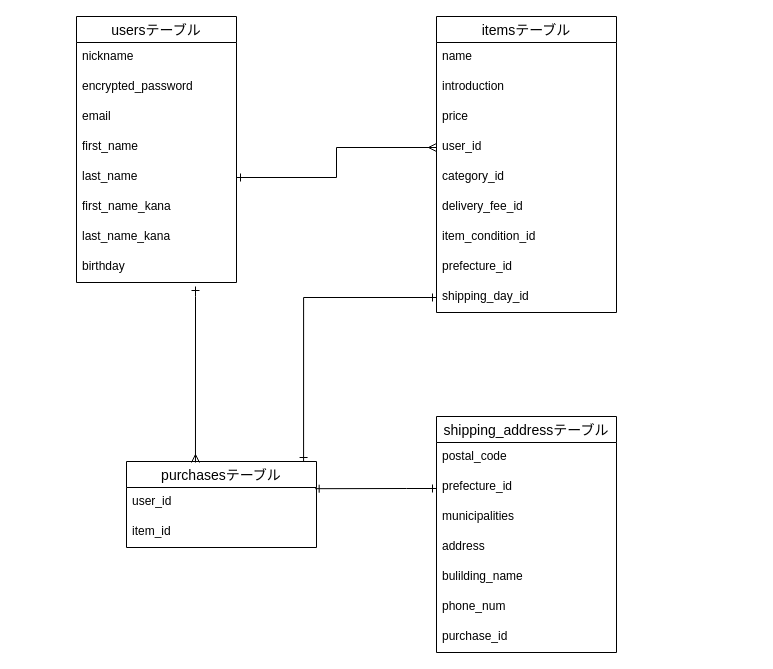
Before: config/furima.dio in gobaru/furima-34488, a draw.io diagram. Source tidied: cells renumbered, new cells numbered last; positions are measured from the earlier drawing's top-left corner, leaving out a move shared by most shapes. Both pictures are drawn from the tidied source at 100%, with x=0, y=0 at pixel (76, 16).
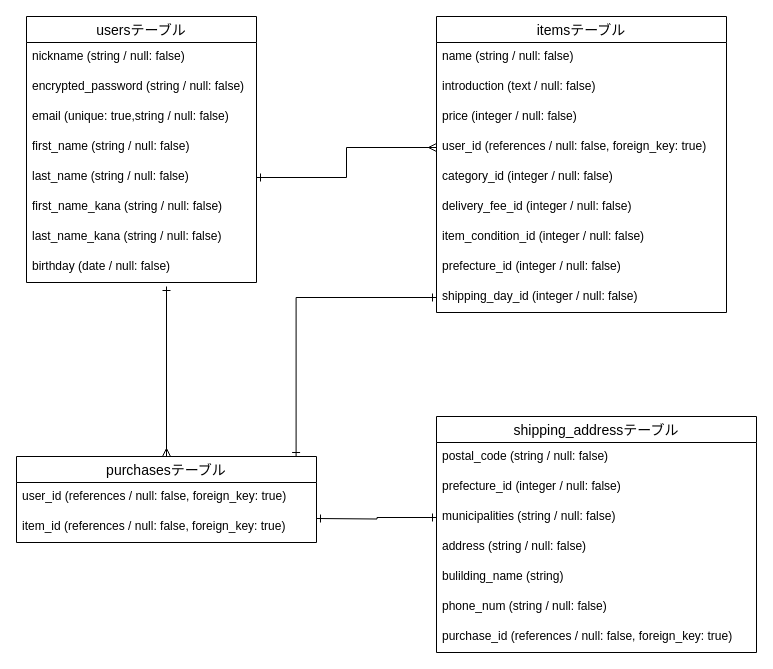
After the change.

Commit message (it also covers changes not shown here):
レビュー修正⑥

What changed in the source:
```diff
@@
     <mxCell id="2" value="usersテーブル" style="swimlane;fontStyle=0;horizontal=1;startSize=26;align=center;fontSize=14;" parent="1" vertex="1">
-      <mxGeometry width="160" height="266" as="geometry" />
+      <mxGeometry x="-50" width="230" height="266" as="geometry" />
     </mxCell>
-    <mxCell id="3" value="nickname" style="text;strokeColor=none;fillColor=none;spacingLeft=4;spacingRight=4;overflow=hidden;fontSize=12;" parent="2" vertex="1">
-      <mxGeometry y="26" width="160" height="30" as="geometry" />
+    <mxCell id="3" value="nickname (string / null: false)" style="text;strokeColor=none;fillColor=none;spacingLeft=4;spacingRight=4;overflow=hidden;fontSize=12;" parent="2" vertex="1">
+      <mxGeometry y="26" width="230" height="30" as="geometry" />
     </mxCell>
-    <mxCell id="4" value="encrypted_password" style="text;strokeColor=none;fillColor=none;spacingLeft=4;spacingRight=4;overflow=hidden;fontSize=12;" parent="2" vertex="1">
-      <mxGeometry y="56" width="160" height="30" as="geometry" />
+    <mxCell id="4" value="encrypted_password (string / null: false)" style="text;strokeColor=none;fillColor=none;spacingLeft=4;spacingRight=4;overflow=hidden;fontSize=12;" parent="2" vertex="1">
+      <mxGeometry y="56" width="230" height="30" as="geometry" />
     </mxCell>
-    <mxCell id="5" value="email" style="text;strokeColor=none;fillColor=none;spacingLeft=4;spacingRight=4;overflow=hidden;fontSize=12;" parent="2" vertex="1">
-      <mxGeometry y="86" width="160" height="30" as="geometry" />
+    <mxCell id="5" value="email (unique: true,string / null: false)" style="text;strokeColor=none;fillColor=none;spacingLeft=4;spacingRight=4;overflow=hidden;fontSize=12;" parent="2" vertex="1">
+      <mxGeometry y="86" width="230" height="30" as="geometry" />
     </mxCell>
-    <mxCell id="6" value="first_name" style="text;strokeColor=none;fillColor=none;spacingLeft=4;spacingRight=4;overflow=hidden;fontSize=12;" parent="2" vertex="1">
-      <mxGeometry y="116" width="160" height="30" as="geometry" />
+    <mxCell id="6" value="first_name (string / null: false)" style="text;strokeColor=none;fillColor=none;spacingLeft=4;spacingRight=4;overflow=hidden;fontSize=12;" parent="2" vertex="1">
+      <mxGeometry y="116" width="230" height="30" as="geometry" />
     </mxCell>
-    <mxCell id="7" value="last_name" style="text;strokeColor=none;fillColor=none;spacingLeft=4;spacingRight=4;overflow=hidden;points=[[0,0.5],[1,0.5]];portConstraint=eastwest;fontSize=12;" parent="2" vertex="1">
-      <mxGeometry y="146" width="160" height="30" as="geometry" />
+    <mxCell id="7" value="last_name (string / null: false)" style="text;strokeColor=none;fillColor=none;spacingLeft=4;spacingRight=4;overflow=hidden;points=[[0,0.5],[1,0.5]];portConstraint=eastwest;fontSize=12;" parent="2" vertex="1">
+      <mxGeometry y="146" width="230" height="30" as="geometry" />
     </mxCell>
-    <mxCell id="8" value="first_name_kana" style="text;strokeColor=none;fillColor=none;spacingLeft=4;spacingRight=4;overflow=hidden;fontSize=12;" parent="2" vertex="1">
-      <mxGeometry y="176" width="160" height="30" as="geometry" />
+    <mxCell id="8" value="first_name_kana (string / null: false)" style="text;strokeColor=none;fillColor=none;spacingLeft=4;spacingRight=4;overflow=hidden;fontSize=12;" parent="2" vertex="1">
+      <mxGeometry y="176" width="230" height="30" as="geometry" />
     </mxCell>
-    <mxCell id="9" value="last_name_kana" style="text;strokeColor=none;fillColor=none;spacingLeft=4;spacingRight=4;overflow=hidden;fontSize=12;" parent="2" vertex="1">
-      <mxGeometry y="206" width="160" height="30" as="geometry" />
+    <mxCell id="9" value="last_name_kana (string / null: false)" style="text;strokeColor=none;fillColor=none;spacingLeft=4;spacingRight=4;overflow=hidden;fontSize=12;" parent="2" vertex="1">
+      <mxGeometry y="206" width="230" height="30" as="geometry" />
     </mxCell>
-    <mxCell id="10" value="birthday" style="text;strokeColor=none;fillColor=none;spacingLeft=4;spacingRight=4;overflow=hidden;fontSize=12;" parent="2" vertex="1">
-      <mxGeometry y="236" width="160" height="30" as="geometry" />
+    <mxCell id="10" value="birthday (date / null: false)" style="text;strokeColor=none;fillColor=none;spacingLeft=4;spacingRight=4;overflow=hidden;fontSize=12;" parent="2" vertex="1">
+      <mxGeometry y="236" width="230" height="30" as="geometry" />
     </mxCell>
     <mxCell id="11" value="itemsテーブル" style="swimlane;fontStyle=0;horizontal=1;startSize=26;align=center;fontSize=14;" parent="1" vertex="1">
-      <mxGeometry x="360" width="180" height="296" as="geometry" />
+      <mxGeometry x="360" width="290" height="296" as="geometry" />
     </mxCell>
-    <mxCell id="12" value="name" style="text;strokeColor=none;fillColor=none;spacingLeft=4;spacingRight=4;overflow=hidden;fontSize=12;" parent="11" vertex="1">
-      <mxGeometry y="26" width="180" height="30" as="geometry" />
+    <mxCell id="12" value="name (string / null: false)" style="text;strokeColor=none;fillColor=none;spacingLeft=4;spacingRight=4;overflow=hidden;fontSize=12;" parent="11" vertex="1">
+      <mxGeometry y="26" width="290" height="30" as="geometry" />
     </mxCell>
-    <mxCell id="13" value="introduction" style="text;strokeColor=none;fillColor=none;spacingLeft=4;spacingRight=4;overflow=hidden;fontSize=12;" parent="11" vertex="1">
-      <mxGeometry y="56" width="180" height="30" as="geometry" />
+    <mxCell id="13" value="introduction (text / null: false)" style="text;strokeColor=none;fillColor=none;spacingLeft=4;spacingRight=4;overflow=hidden;fontSize=12;" parent="11" vertex="1">
+      <mxGeometry y="56" width="290" height="30" as="geometry" />
     </mxCell>
-    <mxCell id="14" value="price" style="text;strokeColor=none;fillColor=none;spacingLeft=4;spacingRight=4;overflow=hidden;fontSize=12;" parent="11" vertex="1">
-      <mxGeometry y="86" width="180" height="30" as="geometry" />
+    <mxCell id="14" value="price (integer / null: false)" style="text;strokeColor=none;fillColor=none;spacingLeft=4;spacingRight=4;overflow=hidden;fontSize=12;" parent="11" vertex="1">
+      <mxGeometry y="86" width="290" height="30" as="geometry" />
     </mxCell>
-    <mxCell id="15" value="user_id" style="text;strokeColor=none;fillColor=none;spacingLeft=4;spacingRight=4;overflow=hidden;points=[[0,0.5],[1,0.5]];portConstraint=eastwest;fontSize=12;" parent="11" vertex="1">
-      <mxGeometry y="116" width="180" height="30" as="geometry" />
+    <mxCell id="15" value="user_id (references / null: false, foreign_key: true)" style="text;strokeColor=none;fillColor=none;spacingLeft=4;spacingRight=4;overflow=hidden;points=[[0,0.5],[1,0.5]];portConstraint=eastwest;fontSize=12;" parent="11" vertex="1">
+      <mxGeometry y="116" width="290" height="30" as="geometry" />
     </mxCell>
-    <mxCell id="16" value="category_id" style="text;strokeColor=none;fillColor=none;spacingLeft=4;spacingRight=4;overflow=hidden;fontSize=12;" parent="11" vertex="1">
-      <mxGeometry y="146" width="180" height="30" as="geometry" />
+    <mxCell id="16" value="category_id (integer / null: false)" style="text;strokeColor=none;fillColor=none;spacingLeft=4;spacingRight=4;overflow=hidden;fontSize=12;" parent="11" vertex="1">
+      <mxGeometry y="146" width="290" height="30" as="geometry" />
     </mxCell>
-    <mxCell id="17" value="delivery_fee_id" style="text;strokeColor=none;fillColor=none;spacingLeft=4;spacingRight=4;overflow=hidden;fontSize=12;" parent="11" vertex="1">
-      <mxGeometry y="176" width="180" height="30" as="geometry" />
+    <mxCell id="17" value="delivery_fee_id (integer / null: false)" style="text;strokeColor=none;fillColor=none;spacingLeft=4;spacingRight=4;overflow=hidden;fontSize=12;" parent="11" vertex="1">
+      <mxGeometry y="176" width="290" height="30" as="geometry" />
     </mxCell>
-    <mxCell id="18" value="item_condition_id" style="text;strokeColor=none;fillColor=none;spacingLeft=4;spacingRight=4;overflow=hidden;fontSize=12;" parent="11" vertex="1">
-      <mxGeometry y="206" width="180" height="30" as="geometry" />
+    <mxCell id="18" value="item_condition_id (integer / null: false)" style="text;strokeColor=none;fillColor=none;spacingLeft=4;spacingRight=4;overflow=hidden;fontSize=12;" parent="11" vertex="1">
+      <mxGeometry y="206" width="290" height="30" as="geometry" />
     </mxCell>
-    <mxCell id="19" value="prefecture_id" style="text;strokeColor=none;fillColor=none;spacingLeft=4;spacingRight=4;overflow=hidden;fontSize=12;" parent="11" vertex="1">
-      <mxGeometry y="236" width="180" height="30" as="geometry" />
+    <mxCell id="19" value="prefecture_id (integer / null: false)" style="text;strokeColor=none;fillColor=none;spacingLeft=4;spacingRight=4;overflow=hidden;fontSize=12;" parent="11" vertex="1">
+      <mxGeometry y="236" width="290" height="30" as="geometry" />
     </mxCell>
-    <mxCell id="20" value="shipping_day_id" style="text;strokeColor=none;fillColor=none;spacingLeft=4;spacingRight=4;overflow=hidden;points=[[0,0.5],[1,0.5]];portConstraint=eastwest;fontSize=12;" parent="11" vertex="1">
-      <mxGeometry y="266" width="180" height="30" as="geometry" />
+    <mxCell id="20" value="shipping_day_id (integer / null: false)" style="text;strokeColor=none;fillColor=none;spacingLeft=4;spacingRight=4;overflow=hidden;points=[[0,0.5],[1,0.5]];portConstraint=eastwest;fontSize=12;" parent="11" vertex="1">
+      <mxGeometry y="266" width="290" height="30" as="geometry" />
     </mxCell>
+    <mxCell id="36" style="edgeStyle=orthogonalEdgeStyle;rounded=0;jettySize=auto;html=1;startArrow=ERmany;startFill=0;endArrow=ERone;endFill=0;" parent="1" edge="1" source="21">
+      <mxGeometry relative="1" as="geometry">
+        <mxPoint x="90" y="270" as="targetPoint" />
+      </mxGeometry>
+    </mxCell>
     <mxCell id="21" value="purchasesテーブル" style="swimlane;fontStyle=0;horizontal=1;startSize=26;align=center;fontSize=14;" parent="1" vertex="1">
-      <mxGeometry x="50" y="445" width="190" height="86" as="geometry" />
+      <mxGeometry x="-60" y="440" width="300" height="86" as="geometry" />
     </mxCell>
-    <mxCell id="22" value="user_id" style="text;strokeColor=none;fillColor=none;spacingLeft=4;spacingRight=4;overflow=hidden;points=[[0,0.5],[1,0.5]];portConstraint=eastwest;fontSize=12;" parent="21" vertex="1">
-      <mxGeometry y="26" width="190" height="30" as="geometry" />
+    <mxCell id="22" value="user_id (references / null: false, foreign_key: true) " style="text;strokeColor=none;fillColor=none;spacingLeft=4;spacingRight=4;overflow=hidden;points=[[0,0.5],[1,0.5]];portConstraint=eastwest;fontSize=12;" parent="21" vertex="1">
+      <mxGeometry y="26" width="300" height="30" as="geometry" />
     </mxCell>
-    <mxCell id="23" value="item_id" style="text;strokeColor=none;fillColor=none;spacingLeft=4;spacingRight=4;overflow=hidden;fontSize=12;" parent="21" vertex="1">
-      <mxGeometry y="56" width="190" height="30" as="geometry" />
+    <mxCell id="23" value="item_id (references / null: false, foreign_key: true)" style="text;strokeColor=none;fillColor=none;spacingLeft=4;spacingRight=4;overflow=hidden;fontSize=12;" parent="21" vertex="1">
+      <mxGeometry y="56" width="300" height="30" as="geometry" />
     </mxCell>
@@
     <mxCell id="25" value="shipping_addressテーブル" style="swimlane;fontStyle=0;horizontal=1;startSize=26;align=center;fontSize=14;" parent="1" vertex="1">
-      <mxGeometry x="360" y="400" width="180" height="236" as="geometry" />
+      <mxGeometry x="360" y="400" width="320" height="236" as="geometry" />
     </mxCell>
-    <mxCell id="26" value="postal_code" style="text;strokeColor=none;fillColor=none;spacingLeft=4;spacingRight=4;overflow=hidden;fontSize=12;" parent="25" vertex="1">
-      <mxGeometry y="26" width="180" height="30" as="geometry" />
+    <mxCell id="26" value="postal_code (string / null: false)" style="text;strokeColor=none;fillColor=none;spacingLeft=4;spacingRight=4;overflow=hidden;fontSize=12;" parent="25" vertex="1">
+      <mxGeometry y="26" width="320" height="30" as="geometry" />
     </mxCell>
-    <mxCell id="27" value="prefecture_id" style="text;strokeColor=none;fillColor=none;spacingLeft=4;spacingRight=4;overflow=hidden;points=[[0,0.5],[1,0.5]];portConstraint=eastwest;fontSize=12;" parent="25" vertex="1">
-      <mxGeometry y="56" width="180" height="30" as="geometry" />
+    <mxCell id="27" value="prefecture_id (integer / null: false)" style="text;strokeColor=none;fillColor=none;spacingLeft=4;spacingRight=4;overflow=hidden;points=[[0,0.5],[1,0.5]];portConstraint=eastwest;fontSize=12;" parent="25" vertex="1">
+      <mxGeometry y="56" width="320" height="30" as="geometry" />
     </mxCell>
-    <mxCell id="28" value="municipalities" style="text;strokeColor=none;fillColor=none;spacingLeft=4;spacingRight=4;overflow=hidden;points=[[0,0.5],[1,0.5]];portConstraint=eastwest;fontSize=12;" parent="25" vertex="1">
-      <mxGeometry y="86" width="180" height="30" as="geometry" />
+    <mxCell id="28" value="municipalities (string / null: false)" style="text;strokeColor=none;fillColor=none;spacingLeft=4;spacingRight=4;overflow=hidden;points=[[0,0.5],[1,0.5]];portConstraint=eastwest;fontSize=12;" parent="25" vertex="1">
+      <mxGeometry y="86" width="320" height="30" as="geometry" />
     </mxCell>
-    <mxCell id="29" value="address" style="text;strokeColor=none;fillColor=none;spacingLeft=4;spacingRight=4;overflow=hidden;fontSize=12;" parent="25" vertex="1">
-      <mxGeometry y="116" width="180" height="30" as="geometry" />
+    <mxCell id="29" value="address (string / null: false)" style="text;strokeColor=none;fillColor=none;spacingLeft=4;spacingRight=4;overflow=hidden;fontSize=12;" parent="25" vertex="1">
+      <mxGeometry y="116" width="320" height="30" as="geometry" />
     </mxCell>
-    <mxCell id="30" value="bulilding_name" style="text;strokeColor=none;fillColor=none;spacingLeft=4;spacingRight=4;overflow=hidden;fontSize=12;" parent="25" vertex="1">
-      <mxGeometry y="146" width="180" height="30" as="geometry" />
+    <mxCell id="30" value="bulilding_name (string)" style="text;strokeColor=none;fillColor=none;spacingLeft=4;spacingRight=4;overflow=hidden;fontSize=12;" parent="25" vertex="1">
+      <mxGeometry y="146" width="320" height="30" as="geometry" />
     </mxCell>
-    <mxCell id="31" value="phone_num" style="text;strokeColor=none;fillColor=none;spacingLeft=4;spacingRight=4;overflow=hidden;fontSize=12;" parent="25" vertex="1">
-      <mxGeometry y="176" width="180" height="30" as="geometry" />
+    <mxCell id="31" value="phone_num (string / null: false)" style="text;strokeColor=none;fillColor=none;spacingLeft=4;spacingRight=4;overflow=hidden;fontSize=12;" parent="25" vertex="1">
+      <mxGeometry y="176" width="320" height="30" as="geometry" />
     </mxCell>
-    <mxCell id="32" value="purchase_id" style="text;strokeColor=none;fillColor=none;spacingLeft=4;spacingRight=4;overflow=hidden;fontSize=12;" parent="25" vertex="1">
-      <mxGeometry y="206" width="180" height="30" as="geometry" />
+    <mxCell id="32" value="purchase_id (references / null: false, foreign_key: true)" style="text;strokeColor=none;fillColor=none;spacingLeft=4;spacingRight=4;overflow=hidden;fontSize=12;" parent="25" vertex="1">
+      <mxGeometry y="206" width="320" height="30" as="geometry" />
     </mxCell>
-    <mxCell id="33" style="edgeStyle=orthogonalEdgeStyle;rounded=0;jettySize=auto;html=1;startArrow=ERone;startFill=0;endArrow=ERmany;endFill=0;entryX=0.363;entryY=0.012;entryDx=0;entryDy=0;entryPerimeter=0;" parent="1" edge="1" target="21">
-      <mxGeometry relative="1" as="geometry">
-        <mxPoint x="119" y="270" as="sourcePoint" />
-        <Array as="points">
-          <mxPoint x="119" y="280" />
-          <mxPoint x="119" y="280" />
-        </Array>
-      </mxGeometry>
-    </mxCell>
@@
-    <mxCell id="35" style="edgeStyle=orthogonalEdgeStyle;rounded=0;jettySize=auto;html=1;entryX=0.993;entryY=0.04;entryDx=0;entryDy=0;startArrow=ERone;startFill=0;endArrow=ERone;endFill=0;entryPerimeter=0;" parent="1" edge="1" source="27" target="22">
-      <mxGeometry relative="1" as="geometry">
-        <Array as="points">
-          <mxPoint x="330" y="472" />
-          <mxPoint x="330" y="472" />
-        </Array>
-      </mxGeometry>
-    </mxCell>
+    <mxCell id="37" style="edgeStyle=orthogonalEdgeStyle;rounded=0;jettySize=auto;html=1;exitX=0;exitY=0.5;exitDx=0;exitDy=0;startArrow=ERone;startFill=0;endArrow=ERone;endFill=0;" parent="1" edge="1" source="28">
+      <mxGeometry relative="1" as="geometry">
+        <mxPoint x="240" y="502" as="targetPoint" />
+      </mxGeometry>
+    </mxCell>
```
